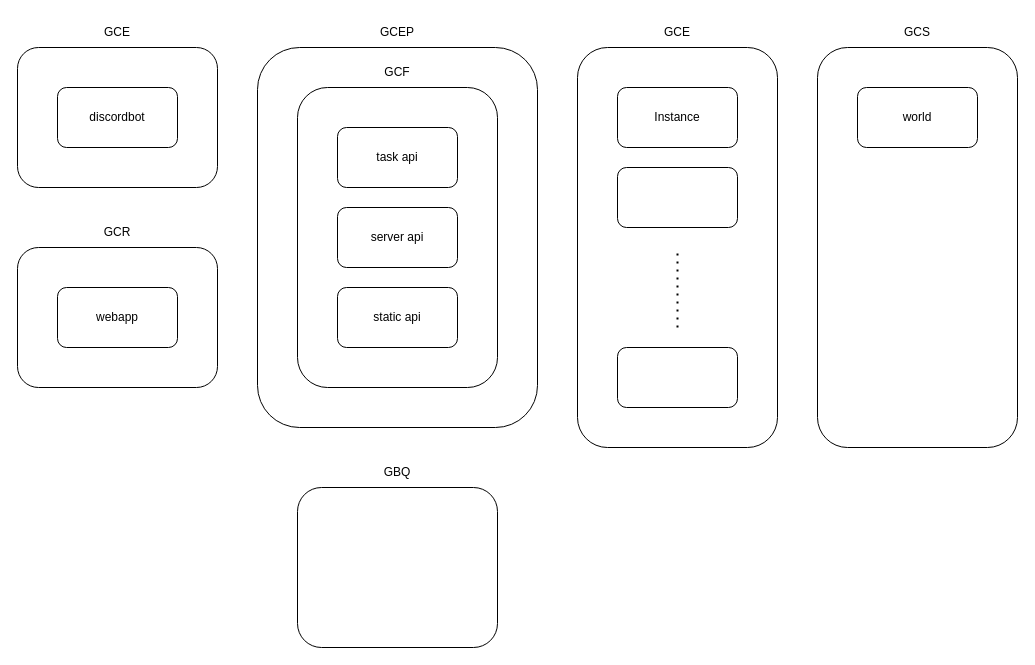
tforce7171/MicraPPU-Planning keeps this draw.io diagram as page "ページ4" (4 of 4) of micrappu.drawio. Above is the earlier version. Source tidied: cells renumbered, new cells numbered last; positions are measured from the earlier drawing's top-left corner, leaving out a move shared by most shapes. Both pictures are drawn from the tidied source at 100%, with x=0, y=0 at pixel (17, 17).
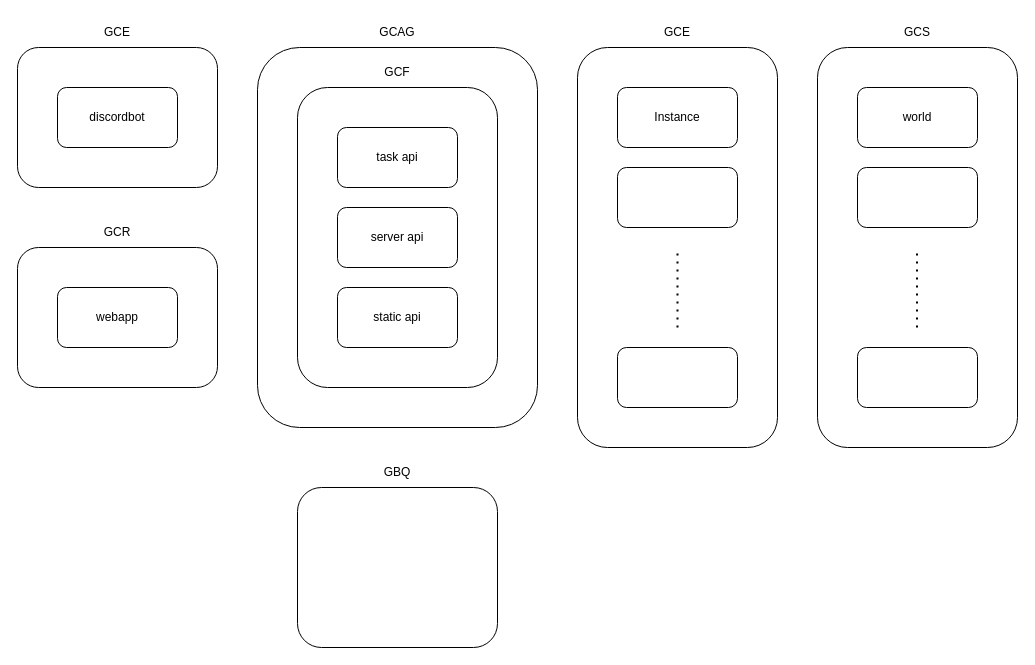
After the change.

Commit message:
micrappu.drawio を更新します

Diff of the diagram source:
```diff
@@
-    <mxCell id="16" value="GCEP" style="text;html=1;strokeColor=none;fillColor=none;align=center;verticalAlign=middle;whiteSpace=wrap;rounded=0;" parent="1" vertex="1">
+    <mxCell id="16" value="GCAG" style="text;html=1;strokeColor=none;fillColor=none;align=center;verticalAlign=middle;whiteSpace=wrap;rounded=0;" parent="1" vertex="1">
       <mxGeometry x="350" width="60" height="30" as="geometry" />
     </mxCell>
@@
+    <mxCell id="26" style="rounded=1;whiteSpace=wrap;html=1;" parent="1" vertex="1">
+      <mxGeometry x="840" y="150" width="120" height="60" as="geometry" />
+    </mxCell>
+    <mxCell id="27" style="rounded=1;whiteSpace=wrap;html=1;" parent="1" vertex="1">
+      <mxGeometry x="840" y="330" width="120" height="60" as="geometry" />
+    </mxCell>
+    <mxCell id="28" style="endArrow=none;dashed=1;html=1;dashPattern=1 3;strokeWidth=2;rounded=0;" parent="1" edge="1">
+      <mxGeometry relative="1" as="geometry">
+        <mxPoint x="899.5" y="310" as="sourcePoint" />
+        <mxPoint x="899.5" y="230" as="targetPoint" />
+      </mxGeometry>
+    </mxCell>
```
